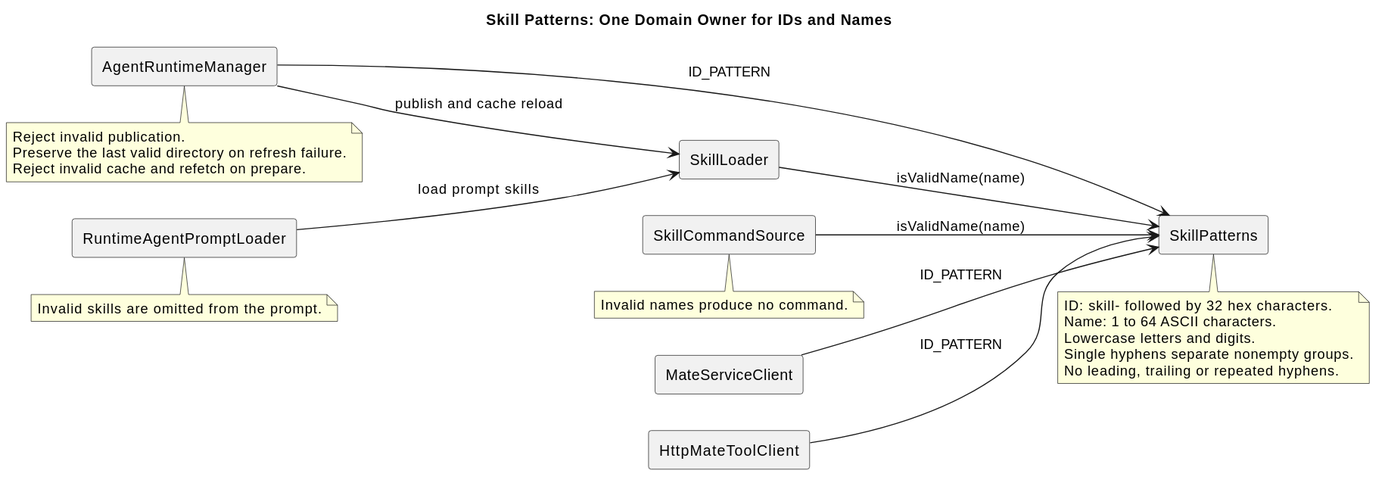
The PlantUML diagram docs/designs/skill-name-validation/skill_name_validation.svg in 2862282695gjh-afk/pi-mono-java, before a commit.
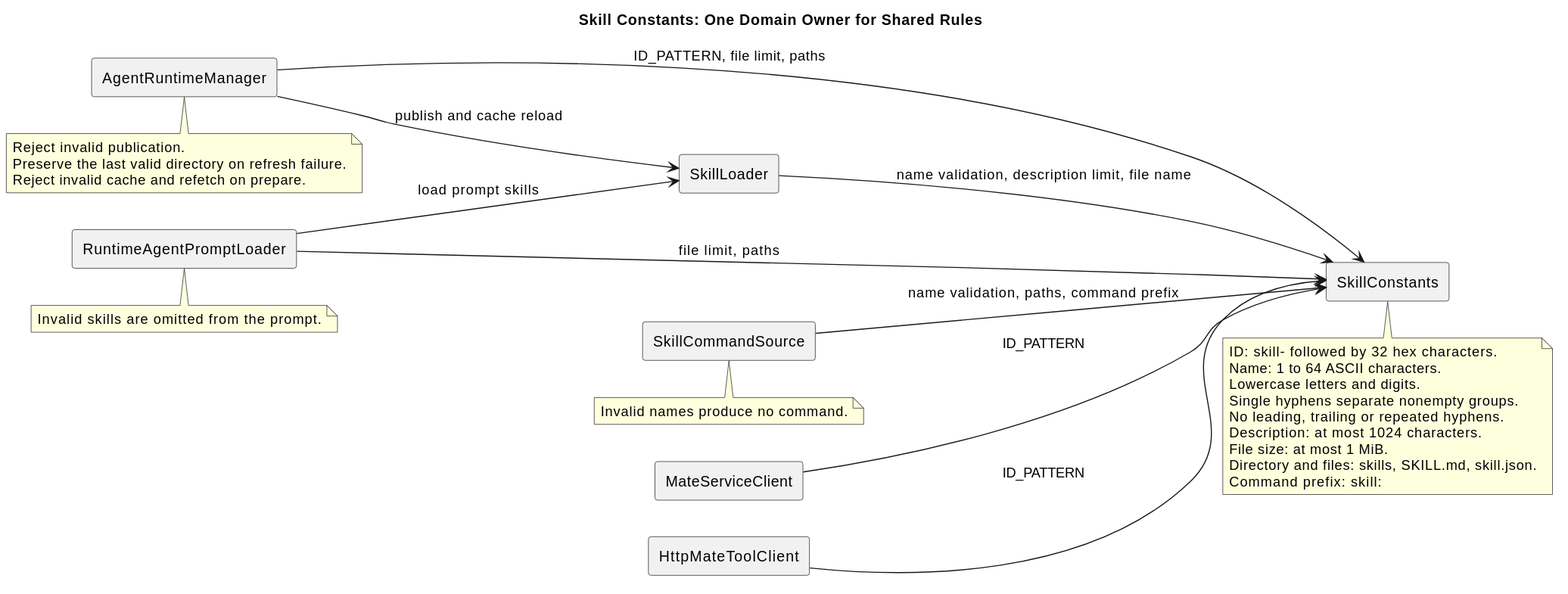
The same file after the commit.

Change to the diagram source:
```diff
@@ -1,5 +1,5 @@
 @startuml
-title Skill Patterns: One Domain Owner for IDs and Names
+title Skill Constants: One Domain Owner for Shared Rules
 skinparam shadowing false
 skinparam componentStyle rectangle
 left to right direction
@@ -7,22 +7,27 @@
 component RuntimeAgentPromptLoader as Prompt
 component SkillLoader as Loader
 component SkillCommandSource as Commands
-component SkillPatterns as Patterns
+component SkillConstants as Constants
 component MateServiceClient as MetadataClient
 component HttpMateToolClient as ToolClient
 Runtime --> Loader : publish and cache reload
 Prompt --> Loader : load prompt skills
-Loader --> Patterns : isValidName(name)
-Commands --> Patterns : isValidName(name)
-Runtime --> Patterns : ID_PATTERN
-MetadataClient --> Patterns : ID_PATTERN
-ToolClient --> Patterns : ID_PATTERN
-note bottom of Patterns
+Loader --> Constants : name validation, description limit, file name
+Commands --> Constants : name validation, paths, command prefix
+Runtime --> Constants : ID_PATTERN, file limit, paths
+Prompt --> Constants : file limit, paths
+MetadataClient --> Constants : ID_PATTERN
+ToolClient --> Constants : ID_PATTERN
+note bottom of Constants
 ID: skill- followed by 32 hex characters.
 Name: 1 to 64 ASCII characters.
 Lowercase letters and digits.
 Single hyphens separate nonempty groups.
 No leading, trailing or repeated hyphens.
+Description: at most 1024 characters.
+File size: at most 1 MiB.
+Directory and files: skills, SKILL.md, skill.json.
+Command prefix: skill:
 end note
 note bottom of Runtime
 Reject invalid publication.
```
